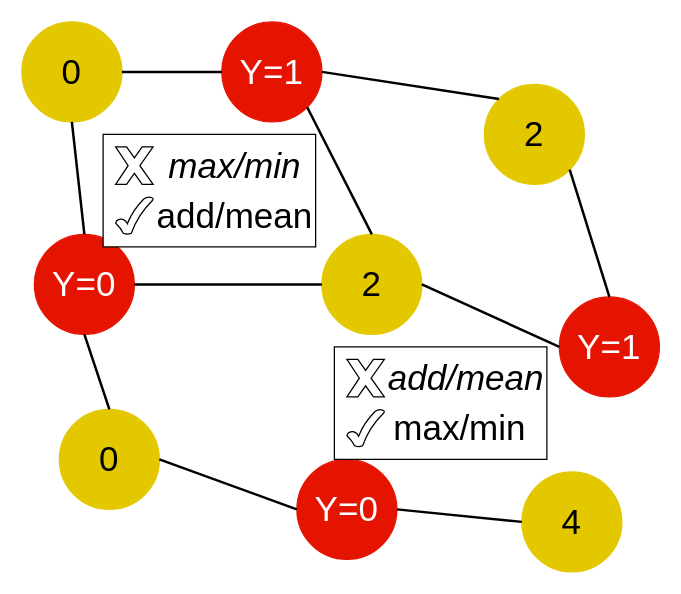
This is aggreg.drawio from joneswong/draw, a draw.io file, before an edit. Source tidied: cells renumbered, new cells numbered last; positions are measured from the earlier drawing's top-left corner, leaving out a move shared by most shapes. Both pictures are drawn from the tidied source at 125%, with x=0, y=0 at pixel (21, 21).
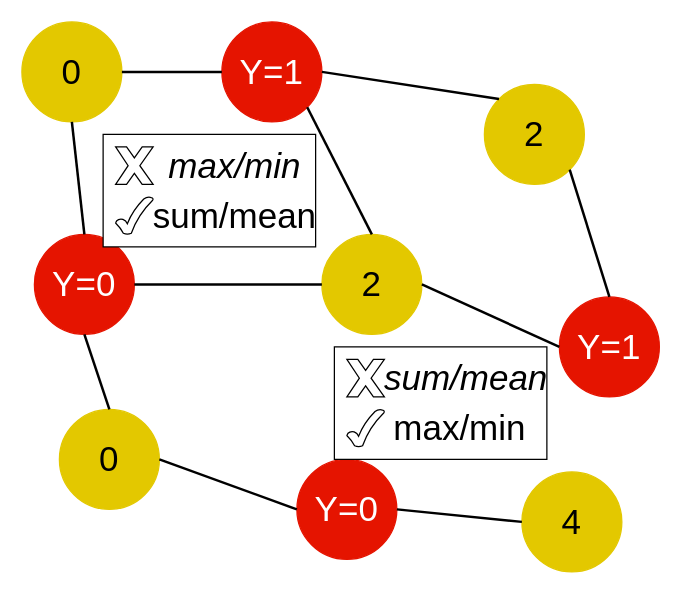
After the change.

Commit message:
Update name of sum pooling in aggreg.drawio

The edit, as a diff of the source:
```diff
@@
-    <mxCell id="24" value="&lt;i&gt;&lt;font style=&quot;font-size: 28px&quot;&gt;add/mean&lt;/font&gt;&lt;/i&gt;" style="text;html=1;align=center;verticalAlign=middle;fillColor=none;strokeColor=none;rounded=0;" parent="1" vertex="1">
-      <mxGeometry x="285" y="270" width="140" height="30" as="geometry" />
+    <mxCell id="24" value="&lt;i&gt;&lt;font style=&quot;font-size: 28px&quot;&gt;sum/mean&lt;/font&gt;&lt;/i&gt;" style="text;html=1;align=center;verticalAlign=middle;fillColor=none;strokeColor=none;rounded=0;" parent="1" vertex="1">
+      <mxGeometry x="280" y="270" width="150" height="30" as="geometry" />
     </mxCell>
@@
-    <mxCell id="30" value="&lt;font style=&quot;font-size: 28px&quot;&gt;add/mean&lt;/font&gt;" style="text;html=1;align=center;verticalAlign=middle;fillColor=none;strokeColor=none;rounded=0;" parent="1" vertex="1">
-      <mxGeometry x="100" y="140" width="140" height="30" as="geometry" />
+    <mxCell id="30" value="&lt;font style=&quot;font-size: 28px&quot;&gt;sum/mean&lt;/font&gt;" style="text;html=1;align=center;verticalAlign=middle;fillColor=none;strokeColor=none;rounded=0;" parent="1" vertex="1">
+      <mxGeometry x="95" y="140" width="150" height="30" as="geometry" />
     </mxCell>
```
